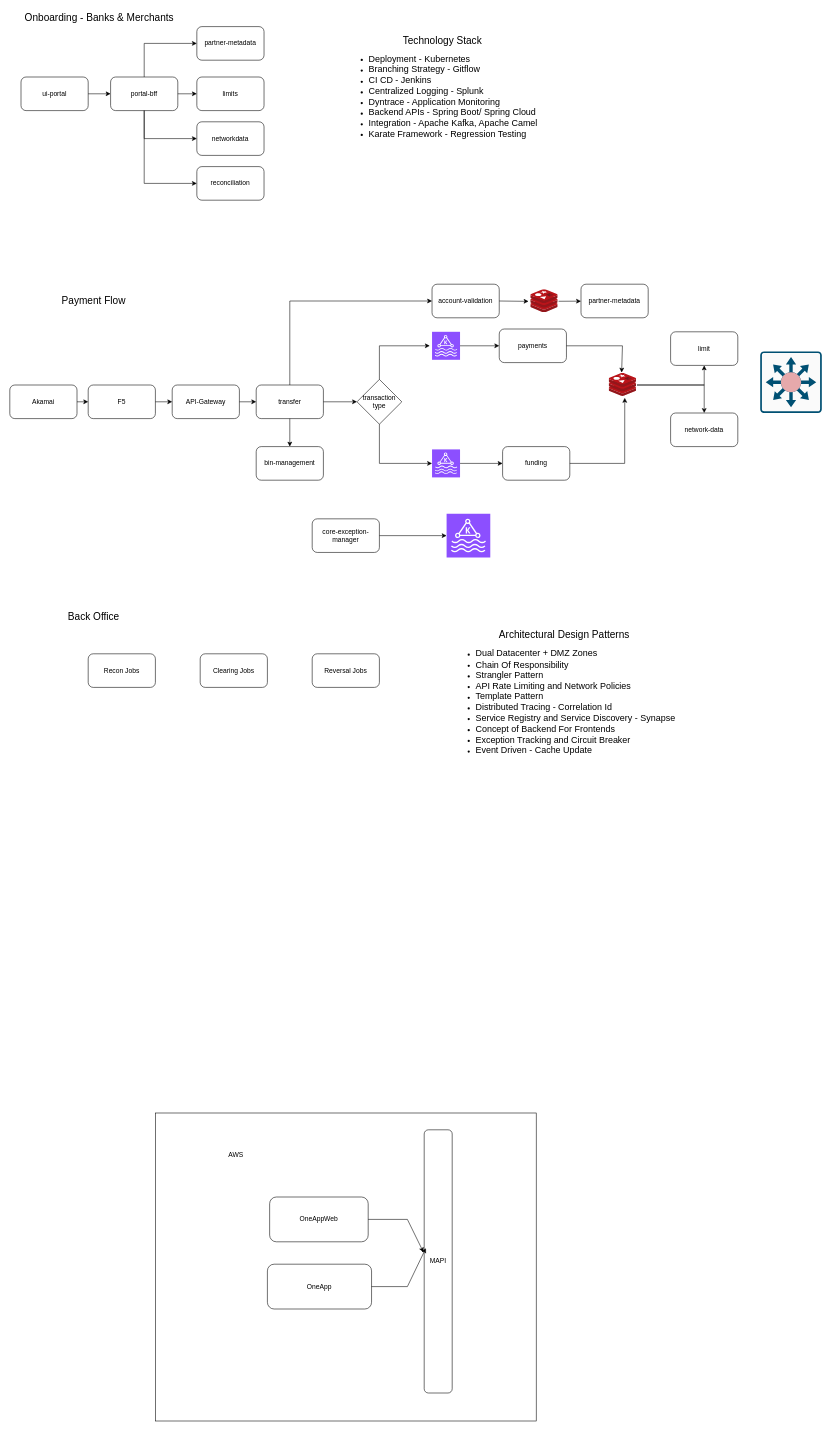
Before: Interview.drawio in akhil90s/System_Design, a draw.io diagram. Source tidied: cells renumbered, new cells numbered last; positions are measured from the earlier drawing's top-left corner, leaving out a move shared by most shapes. Both pictures are drawn from the tidied source at 56%, with x=0, y=0 at pixel (10, 10).
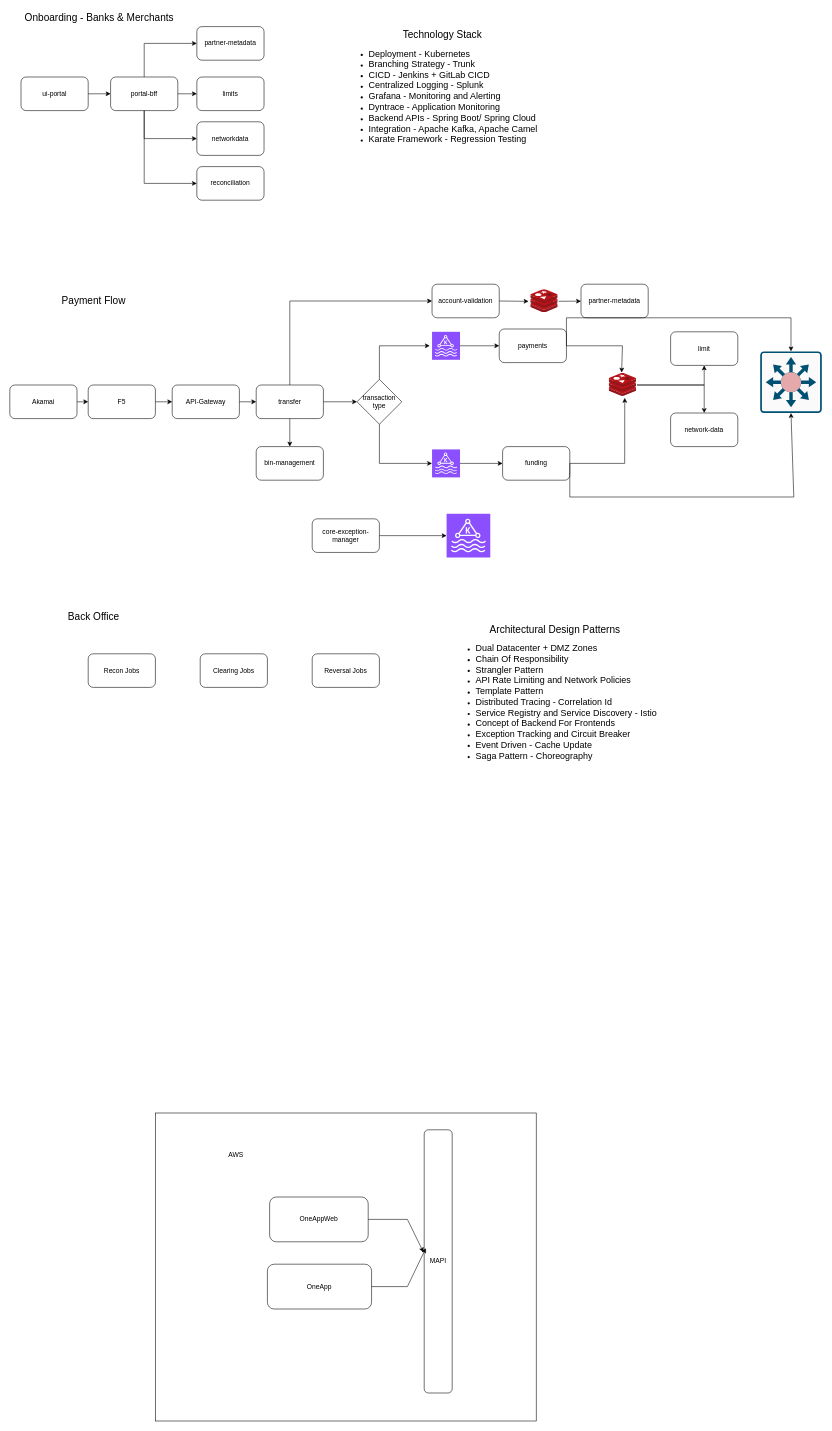
Above is the later version.

Unchanged cells that the change refers to:
```xml
<mxCell id="21" value="funding" style="rounded=1;whiteSpace=wrap;html=1;" parent="1" vertex="1">
  <mxGeometry x="880" y="780" width="120" height="60" as="geometry" />
</mxCell>
<mxCell id="22" value="payments" style="rounded=1;whiteSpace=wrap;html=1;" parent="1" vertex="1">
  <mxGeometry x="874" y="570" width="120" height="60" as="geometry" />
</mxCell>
<mxCell id="45" style="sketch=0;points=[[0.015,0.015,0],[0.985,0.015,0],[0.985,0.985,0],[0.015,0.985,0],[0.25,0,0],[0.5,0,0],[0.75,0,0],[1,0.25,0],[1,0.5,0],[1,0.75,0],[0.75,1,0],[0.5,1,0],[0.25,1,0],[0,0.75,0],[0,0.5,0],[0,0.25,0]];verticalLabelPosition=bottom;html=1;verticalAlign=top;align=center;shape=mxgraph.cisco19.rect;prIcon=secure_catalyst_switch_color2;fillColor=#FAFAFA;strokeColor=#005073;" parent="1" vertex="1">
  <mxGeometry x="1340" y="610" width="110" height="110" as="geometry" />
</mxCell>
```

The edit, as a diff of the source:
```diff
@@
-    <mxCell id="50" value="&lt;div style=&quot;text-align: center;&quot;&gt;&lt;font style=&quot;font-size: 18px;&quot;&gt;Technology Stack&lt;/font&gt;&lt;/div&gt;&lt;ul&gt;&lt;li&gt;&lt;font size=&quot;3&quot; style=&quot;&quot;&gt;Deployment - Kubernetes&lt;/font&gt;&lt;/li&gt;&lt;li style=&quot;&quot;&gt;&lt;font size=&quot;3&quot;&gt;Branching Strategy - Gitflow&amp;nbsp;&lt;/font&gt;&lt;/li&gt;&lt;li style=&quot;&quot;&gt;&lt;font size=&quot;3&quot;&gt;CI CD - Jenkins&lt;/font&gt;&lt;/li&gt;&lt;li style=&quot;&quot;&gt;&lt;font size=&quot;3&quot;&gt;Centralized Logging - Splunk&lt;/font&gt;&lt;/li&gt;&lt;li style=&quot;&quot;&gt;&lt;font size=&quot;3&quot;&gt;Dyntrace - Application Monitoring&lt;/font&gt;&lt;/li&gt;&lt;li style=&quot;&quot;&gt;&lt;font size=&quot;3&quot;&gt;Backend APIs - Spring Boot/ Spring Cloud&amp;nbsp;&lt;/font&gt;&lt;/li&gt;&lt;li style=&quot;&quot;&gt;&lt;font size=&quot;3&quot;&gt;Integration - Apache Kafka, Apache Camel&lt;/font&gt;&lt;/li&gt;&lt;li style=&quot;&quot;&gt;&lt;font size=&quot;3&quot;&gt;Karate Framework - Regression Testing&lt;/font&gt;&lt;/li&gt;&lt;/ul&gt;&lt;div&gt;&lt;br&gt;&lt;/div&gt;&lt;div&gt;&lt;br&gt;&lt;/div&gt;" style="text;html=1;align=left;verticalAlign=middle;whiteSpace=wrap;rounded=0;" parent="1" vertex="1">
+    <mxCell id="50" value="&lt;div style=&quot;text-align: center;&quot;&gt;&lt;font style=&quot;font-size: 18px;&quot;&gt;Technology Stack&lt;/font&gt;&lt;/div&gt;&lt;ul&gt;&lt;li&gt;&lt;font size=&quot;3&quot; style=&quot;&quot;&gt;Deployment - Kubernetes&lt;/font&gt;&lt;/li&gt;&lt;li style=&quot;&quot;&gt;&lt;font size=&quot;3&quot;&gt;Branching Strategy - Trunk&amp;nbsp;&amp;nbsp;&lt;/font&gt;&lt;/li&gt;&lt;li style=&quot;&quot;&gt;&lt;font size=&quot;3&quot;&gt;CICD - Jenkins + GitLab CICD&lt;/font&gt;&lt;/li&gt;&lt;li style=&quot;&quot;&gt;&lt;font size=&quot;3&quot;&gt;Centralized Logging - Splunk&lt;/font&gt;&lt;/li&gt;&lt;li style=&quot;&quot;&gt;&lt;font size=&quot;3&quot;&gt;Grafana - Monitoring and Alerting&lt;/font&gt;&lt;/li&gt;&lt;li style=&quot;&quot;&gt;&lt;font size=&quot;3&quot;&gt;Dyntrace - Application Monitoring&lt;/font&gt;&lt;/li&gt;&lt;li style=&quot;&quot;&gt;&lt;font size=&quot;3&quot;&gt;Backend APIs - Spring Boot/ Spring Cloud&amp;nbsp;&lt;/font&gt;&lt;/li&gt;&lt;li style=&quot;&quot;&gt;&lt;font size=&quot;3&quot;&gt;Integration - Apache Kafka, Apache Camel&lt;/font&gt;&lt;/li&gt;&lt;li style=&quot;&quot;&gt;&lt;font size=&quot;3&quot;&gt;Karate Framework - Regression Testing&lt;/font&gt;&lt;/li&gt;&lt;/ul&gt;&lt;div&gt;&lt;br&gt;&lt;/div&gt;&lt;div&gt;&lt;br&gt;&lt;/div&gt;" style="text;html=1;align=left;verticalAlign=middle;whiteSpace=wrap;rounded=0;" parent="1" vertex="1">
       <mxGeometry x="598.8" y="33" width="380" height="250" as="geometry" />
     </mxCell>
@@
-    <mxCell id="56" value="&lt;div style=&quot;&quot;&gt;&lt;div style=&quot;text-align: center;&quot;&gt;&lt;font style=&quot;font-size: 18px;&quot;&gt;Architectural Design Patterns&lt;/font&gt;&lt;/div&gt;&lt;ul&gt;&lt;li&gt;&lt;font style=&quot;font-size: 16px;&quot;&gt;Dual Datacenter + DMZ Zones&lt;/font&gt;&lt;/li&gt;&lt;li&gt;&lt;font size=&quot;3&quot;&gt;Chain Of Responsibility&amp;nbsp;&lt;/font&gt;&lt;/li&gt;&lt;li&gt;&lt;font size=&quot;3&quot;&gt;Strangler Pattern&lt;/font&gt;&lt;/li&gt;&lt;li&gt;&lt;font size=&quot;3&quot;&gt;API Rate Limiting and Network Policies&lt;/font&gt;&lt;/li&gt;&lt;li&gt;&lt;font size=&quot;3&quot;&gt;Template Pattern&lt;/font&gt;&lt;/li&gt;&lt;li&gt;&lt;font size=&quot;3&quot;&gt;Distributed Tracing - Correlation Id&lt;/font&gt;&lt;/li&gt;&lt;li&gt;&lt;font size=&quot;3&quot;&gt;Service Registry and Service Discovery - Synapse&lt;/font&gt;&lt;/li&gt;&lt;li&gt;&lt;font size=&quot;3&quot;&gt;Concept of Backend For Frontends&lt;/font&gt;&lt;/li&gt;&lt;li&gt;&lt;font size=&quot;3&quot;&gt;Exception Tracking and Circuit Breaker&lt;/font&gt;&lt;/li&gt;&lt;li&gt;&lt;font size=&quot;3&quot;&gt;Event Driven - Cache Update&lt;/font&gt;&lt;/li&gt;&lt;/ul&gt;&lt;/div&gt;" style="text;html=1;align=left;verticalAlign=middle;whiteSpace=wrap;rounded=0;" parent="1" vertex="1">
+    <mxCell id="56" value="&lt;div style=&quot;&quot;&gt;&lt;div style=&quot;text-align: center;&quot;&gt;&lt;font style=&quot;font-size: 18px;&quot;&gt;Architectural Design Patterns&lt;/font&gt;&lt;/div&gt;&lt;ul&gt;&lt;li&gt;&lt;font style=&quot;font-size: 16px;&quot;&gt;Dual Datacenter + DMZ Zones&lt;/font&gt;&lt;/li&gt;&lt;li&gt;&lt;font size=&quot;3&quot;&gt;Chain Of Responsibility&amp;nbsp;&lt;/font&gt;&lt;/li&gt;&lt;li&gt;&lt;font size=&quot;3&quot;&gt;Strangler Pattern&lt;/font&gt;&lt;/li&gt;&lt;li&gt;&lt;font size=&quot;3&quot;&gt;API Rate Limiting and Network Policies&lt;/font&gt;&lt;/li&gt;&lt;li&gt;&lt;font size=&quot;3&quot;&gt;Template Pattern&lt;/font&gt;&lt;/li&gt;&lt;li&gt;&lt;font size=&quot;3&quot;&gt;Distributed Tracing - Correlation Id&lt;/font&gt;&lt;/li&gt;&lt;li&gt;&lt;font size=&quot;3&quot;&gt;Service Registry and Service Discovery - Istio&lt;/font&gt;&lt;/li&gt;&lt;li&gt;&lt;font size=&quot;3&quot;&gt;Concept of Backend For Frontends&lt;/font&gt;&lt;/li&gt;&lt;li&gt;&lt;font size=&quot;3&quot;&gt;Exception Tracking and Circuit Breaker&lt;/font&gt;&lt;/li&gt;&lt;li&gt;&lt;font size=&quot;3&quot;&gt;Event Driven - Cache Update&amp;nbsp;&lt;/font&gt;&lt;/li&gt;&lt;li&gt;&lt;font size=&quot;3&quot;&gt;Saga Pattern - Choreography&lt;/font&gt;&lt;/li&gt;&lt;/ul&gt;&lt;/div&gt;" style="text;html=1;align=left;verticalAlign=middle;whiteSpace=wrap;rounded=0;" parent="1" vertex="1">
       <mxGeometry x="790" y="1100" width="420" height="250" as="geometry" />
     </mxCell>
@@
+    <mxCell id="64" style="endArrow=classic;html=1;rounded=0;exitX=1;exitY=0.5;exitDx=0;exitDy=0;entryX=0.5;entryY=0;entryDx=0;entryDy=0;entryPerimeter=0;" parent="1" edge="1" source="22" target="45">
+      <mxGeometry relative="1" as="geometry">
+        <Array as="points">
+          <mxPoint x="994" y="550" />
+          <mxPoint x="1395" y="550" />
+        </Array>
+      </mxGeometry>
+    </mxCell>
+    <mxCell id="65" style="endArrow=classic;html=1;rounded=0;exitX=1;exitY=0.5;exitDx=0;exitDy=0;entryX=0.5;entryY=1;entryDx=0;entryDy=0;entryPerimeter=0;" parent="1" edge="1" source="21" target="45">
+      <mxGeometry relative="1" as="geometry">
+        <Array as="points">
+          <mxPoint x="1000" y="870" />
+          <mxPoint x="1400" y="870" />
+        </Array>
+      </mxGeometry>
+    </mxCell>
```
